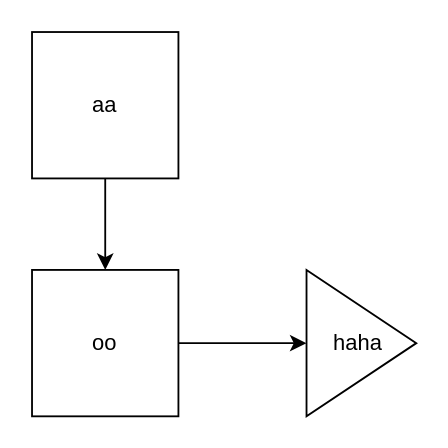
Above: Untitled Diagram.drawio in destinymad/graph (draw.io), before the change. Source tidied: cells renumbered, new cells numbered last; positions are measured from the earlier drawing's top-left corner, leaving out a move shared by most shapes. Both pictures are drawn from the tidied source at 183%, with x=0, y=0 at pixel (31, 31).
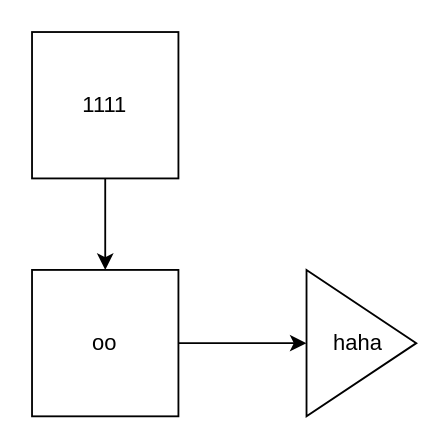
Above is the later version.

Diff of the diagram source:
```diff
@@
 <mxGraphModel>
   <root>
     <mxCell id="0" />
     <mxCell id="1" parent="0" />
     <mxCell id="2" style="edgeStyle=orthogonalEdgeStyle;rounded=0;jettySize=auto;html=1;exitX=0.5;exitY=1;exitDx=0;exitDy=0;entryX=0.5;entryY=0;entryDx=0;entryDy=0;" parent="1" edge="1" source="3" target="5">
       <mxGeometry relative="1" as="geometry" />
     </mxCell>
-    <mxCell id="3" value="aa" style="whiteSpace=wrap;html=1;" parent="1" vertex="1">
+    <mxCell id="3" value="1111" style="whiteSpace=wrap;html=1;" parent="1" vertex="1">
       <mxGeometry width="80" height="80" as="geometry" />
     </mxCell>
     <mxCell id="4" style="edgeStyle=orthogonalEdgeStyle;rounded=0;jettySize=auto;html=1;exitX=1;exitY=0.5;exitDx=0;exitDy=0;" parent="1" edge="1" source="5" target="6">
       <mxGeometry relative="1" as="geometry" />
     </mxCell>
     <mxCell id="5" value="oo" style="whiteSpace=wrap;html=1;" parent="1" vertex="1">
       <mxGeometry y="130" width="80" height="80" as="geometry" />
     </mxCell>
     <mxCell id="6" value="haha&amp;nbsp;" style="triangle;whiteSpace=wrap;html=1;" parent="1" vertex="1">
       <mxGeometry x="150" y="130" width="60" height="80" as="geometry" />
     </mxCell>
   </root>
 </mxGraphModel>
```
